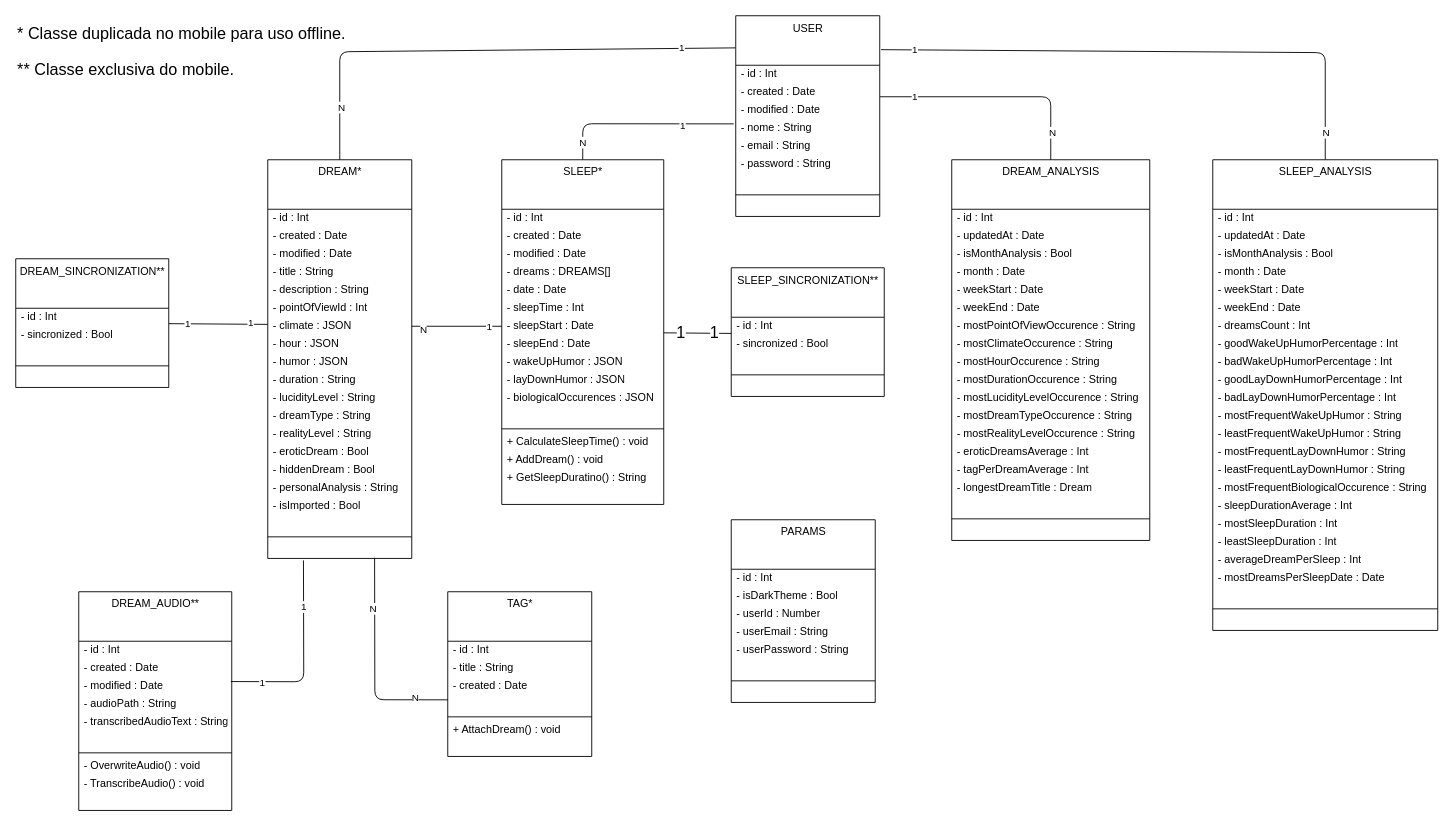
Before: docs/diagrama_classe_analise.drawio in raisson-souza/morfeus-backend, a draw.io diagram. Source tidied: cells renumbered, new cells numbered last; positions are measured from the earlier drawing's top-left corner, leaving out a move shared by most shapes. Both pictures are drawn from the tidied source at 90%, with x=0, y=0 at pixel (15, 15).
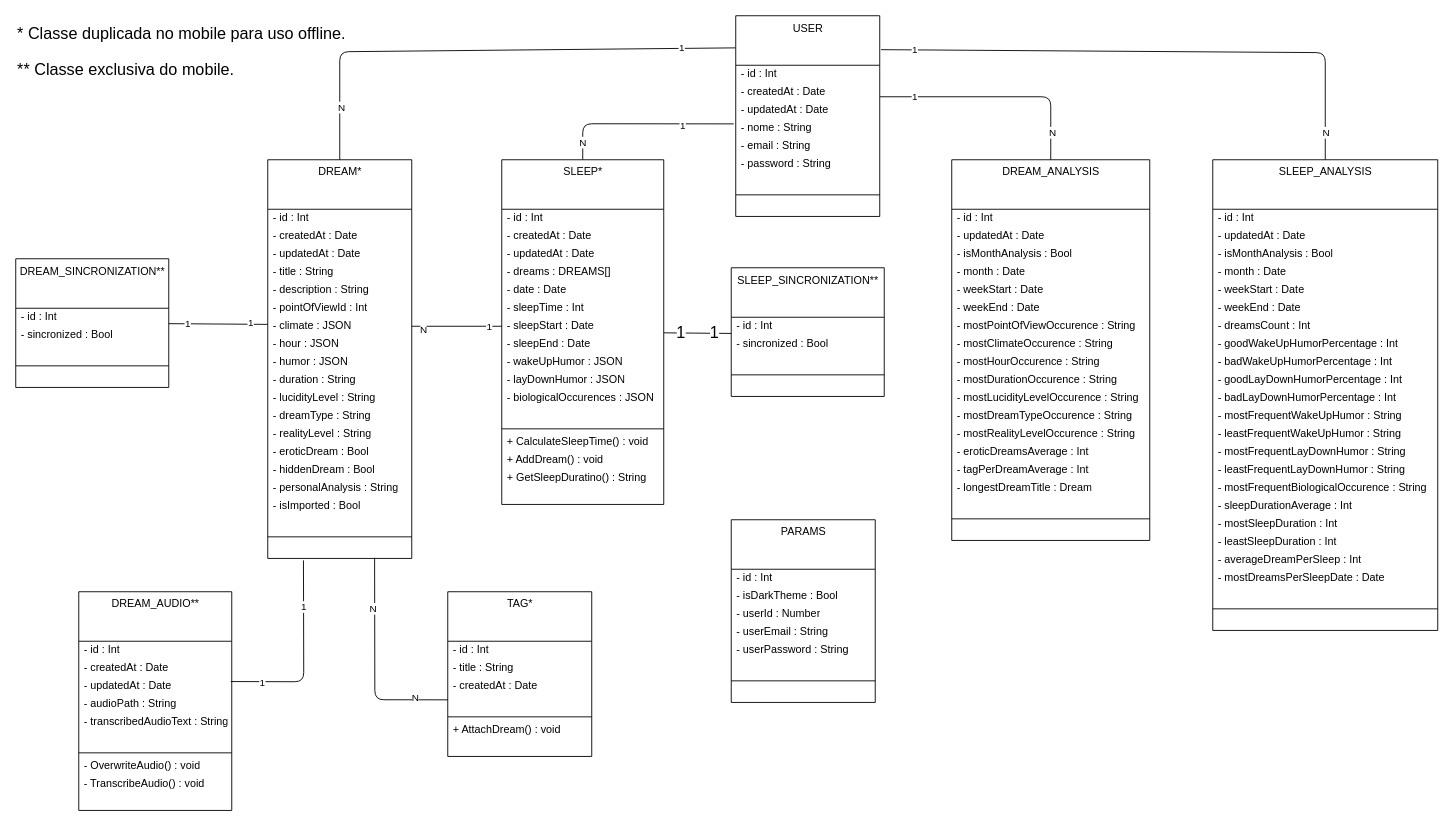
After the change.

Commit message (it also covers changes not shown here):
Atualização de propriedades do diagrama de analise conforme models e migrations.

The change refers to these unchanged cells:
```xml
<mxCell id="2" value="USER" style="swimlane;fontStyle=0;align=center;verticalAlign=top;horizontal=1;startSize=55;html=1;rounded=0;strokeColor=default;strokeWidth=1;" parent="1" vertex="1">
  <mxGeometry x="800" width="160" height="223" as="geometry" />
</mxCell>
<mxCell id="18" value="SLEEP*" style="swimlane;fontStyle=0;align=center;verticalAlign=top;horizontal=1;startSize=55;html=1;rounded=0;strokeColor=default;strokeWidth=1;" parent="1" vertex="1">
  <mxGeometry x="540" y="160" width="180" height="383" as="geometry" />
</mxCell>
<mxCell id="36" value="DREAM*" style="swimlane;fontStyle=0;align=center;verticalAlign=top;horizontal=1;startSize=55;html=1;rounded=0;strokeColor=default;strokeWidth=1;" parent="1" vertex="1">
  <mxGeometry x="280" y="160" width="160" height="443" as="geometry" />
</mxCell>
<mxCell id="57" value="TAG*" style="swimlane;fontStyle=0;align=center;verticalAlign=top;horizontal=1;startSize=55;html=1;rounded=0;strokeColor=default;strokeWidth=1;" parent="1" vertex="1">
  <mxGeometry x="480" y="640" width="160" height="183" as="geometry" />
</mxCell>
<mxCell id="76" value="DREAM_AUDIO**" style="swimlane;fontStyle=0;align=center;verticalAlign=top;horizontal=1;startSize=55;html=1;rounded=0;strokeColor=default;strokeWidth=1;" parent="1" vertex="1">
  <mxGeometry x="70" y="640" width="170" height="243" as="geometry" />
</mxCell>
```

Change to the diagram source:
```diff
@@
-    <mxCell id="4" value="- created : Date" style="text;html=1;strokeColor=none;fillColor=none;align=left;verticalAlign=middle;spacingLeft=4;spacingRight=4;overflow=hidden;points=[[0,0.5],[1,0.5]];portConstraint=eastwest;rounded=0;strokeWidth=1;" parent="2" vertex="1">
+    <mxCell id="4" value="- createdAt : Date" style="text;html=1;strokeColor=none;fillColor=none;align=left;verticalAlign=middle;spacingLeft=4;spacingRight=4;overflow=hidden;points=[[0,0.5],[1,0.5]];portConstraint=eastwest;rounded=0;strokeWidth=1;" parent="2" vertex="1">
       <mxGeometry y="75" width="160" height="20" as="geometry" />
     </mxCell>
-    <mxCell id="5" value="- modified : Date" style="text;html=1;strokeColor=none;fillColor=none;align=left;verticalAlign=middle;spacingLeft=4;spacingRight=4;overflow=hidden;rounded=0;strokeWidth=1;" parent="2" vertex="1">
+    <mxCell id="5" value="- updatedAt : Date" style="text;html=1;strokeColor=none;fillColor=none;align=left;verticalAlign=middle;spacingLeft=4;spacingRight=4;overflow=hidden;rounded=0;strokeWidth=1;" parent="2" vertex="1">
       <mxGeometry y="95" width="160" height="20" as="geometry" />
     </mxCell>
@@
-    <mxCell id="20" value="- created : Date" style="text;html=1;strokeColor=none;fillColor=none;align=left;verticalAlign=middle;spacingLeft=4;spacingRight=4;overflow=hidden;rounded=0;strokeWidth=1;" parent="18" vertex="1">
+    <mxCell id="20" value="- createdAt : Date" style="text;html=1;strokeColor=none;fillColor=none;align=left;verticalAlign=middle;spacingLeft=4;spacingRight=4;overflow=hidden;rounded=0;strokeWidth=1;" parent="18" vertex="1">
       <mxGeometry y="75" width="180" height="20" as="geometry" />
     </mxCell>
-    <mxCell id="21" value="- modified : Date" style="text;html=1;strokeColor=none;fillColor=none;align=left;verticalAlign=middle;spacingLeft=4;spacingRight=4;overflow=hidden;rounded=0;strokeWidth=1;" parent="18" vertex="1">
+    <mxCell id="21" value="- updatedAt : Date" style="text;html=1;strokeColor=none;fillColor=none;align=left;verticalAlign=middle;spacingLeft=4;spacingRight=4;overflow=hidden;rounded=0;strokeWidth=1;" parent="18" vertex="1">
       <mxGeometry y="95" width="180" height="20" as="geometry" />
     </mxCell>
@@
-    <mxCell id="38" value="- created : Date" style="text;html=1;strokeColor=none;fillColor=none;align=left;verticalAlign=middle;spacingLeft=4;spacingRight=4;overflow=hidden;rounded=0;strokeWidth=1;" parent="36" vertex="1">
+    <mxCell id="38" value="- createdAt : Date" style="text;html=1;strokeColor=none;fillColor=none;align=left;verticalAlign=middle;spacingLeft=4;spacingRight=4;overflow=hidden;rounded=0;strokeWidth=1;" parent="36" vertex="1">
       <mxGeometry y="75" width="160" height="20" as="geometry" />
     </mxCell>
-    <mxCell id="39" value="- modified : Date" style="text;html=1;strokeColor=none;fillColor=none;align=left;verticalAlign=middle;spacingLeft=4;spacingRight=4;overflow=hidden;rounded=0;strokeWidth=1;" parent="36" vertex="1">
+    <mxCell id="39" value="- updatedAt : Date" style="text;html=1;strokeColor=none;fillColor=none;align=left;verticalAlign=middle;spacingLeft=4;spacingRight=4;overflow=hidden;rounded=0;strokeWidth=1;" parent="36" vertex="1">
       <mxGeometry y="95" width="160" height="20" as="geometry" />
     </mxCell>
@@
-    <mxCell id="60" value="- created : Date" style="text;html=1;strokeColor=none;fillColor=none;align=left;verticalAlign=middle;spacingLeft=4;spacingRight=4;overflow=hidden;rounded=0;strokeWidth=1;" parent="57" vertex="1">
+    <mxCell id="60" value="- createdAt : Date" style="text;html=1;strokeColor=none;fillColor=none;align=left;verticalAlign=middle;spacingLeft=4;spacingRight=4;overflow=hidden;rounded=0;strokeWidth=1;" parent="57" vertex="1">
       <mxGeometry y="95" width="160" height="20" as="geometry" />
     </mxCell>
@@
-    <mxCell id="78" value="- created : Date" style="text;html=1;strokeColor=none;fillColor=none;align=left;verticalAlign=middle;spacingLeft=4;spacingRight=4;overflow=hidden;rounded=0;strokeWidth=1;" parent="76" vertex="1">
+    <mxCell id="78" value="- createdAt : Date" style="text;html=1;strokeColor=none;fillColor=none;align=left;verticalAlign=middle;spacingLeft=4;spacingRight=4;overflow=hidden;rounded=0;strokeWidth=1;" parent="76" vertex="1">
       <mxGeometry y="75" width="170" height="20" as="geometry" />
     </mxCell>
-    <mxCell id="79" value="- modified : Date" style="text;html=1;strokeColor=none;fillColor=none;align=left;verticalAlign=middle;spacingLeft=4;spacingRight=4;overflow=hidden;points=[[0,0.5],[1,0.5]];portConstraint=eastwest;rounded=0;strokeWidth=1;" parent="76" vertex="1">
+    <mxCell id="79" value="- updatedAt : Date" style="text;html=1;strokeColor=none;fillColor=none;align=left;verticalAlign=middle;spacingLeft=4;spacingRight=4;overflow=hidden;points=[[0,0.5],[1,0.5]];portConstraint=eastwest;rounded=0;strokeWidth=1;" parent="76" vertex="1">
       <mxGeometry y="95" width="170" height="20" as="geometry" />
     </mxCell>
```
